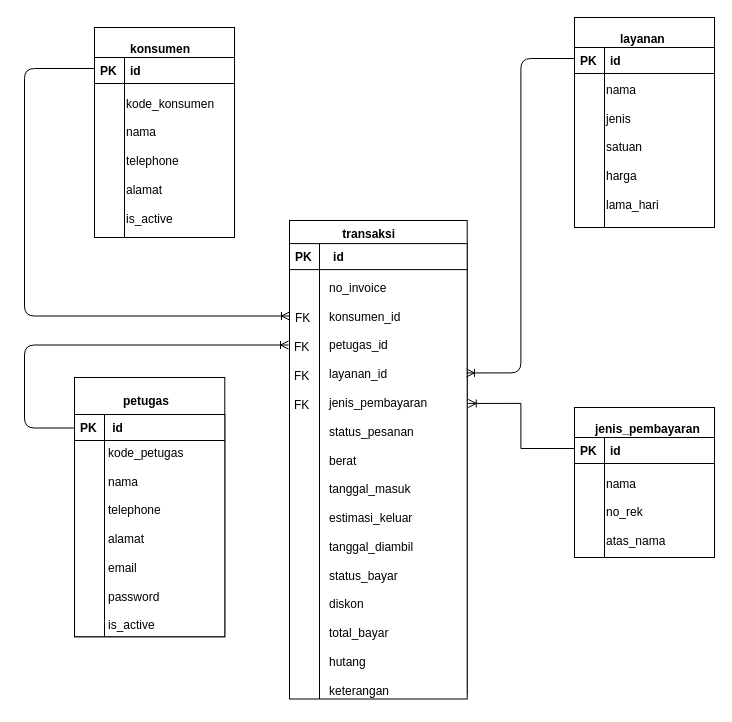
The draw.io diagram Class Diagram.drawio in Sehazad/doc, before the edit. Source tidied: cells renumbered, new cells numbered last; positions are measured from the earlier drawing's top-left corner, leaving out a move shared by most shapes. Both pictures are drawn from the tidied source at 100%, with x=0, y=0 at pixel (24, 17).
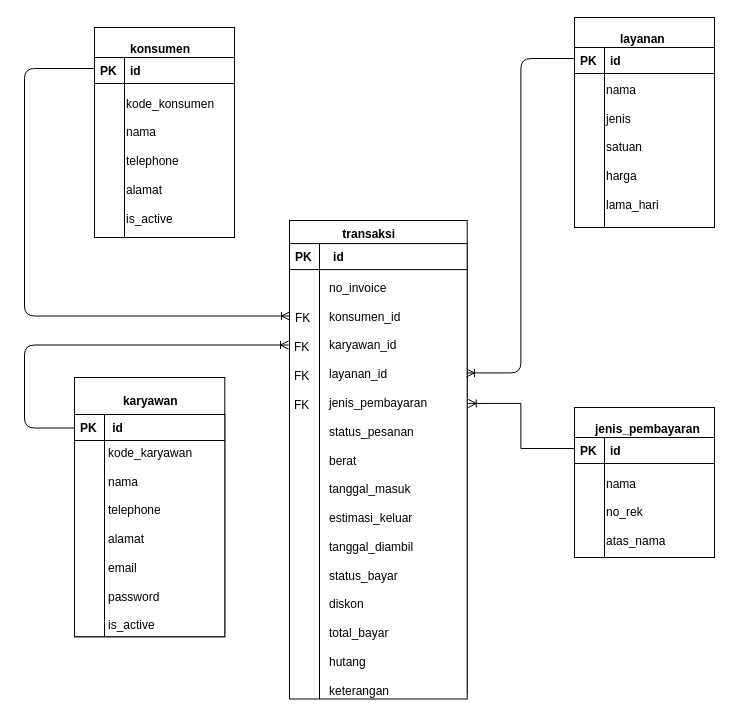
The same diagram, later.

Unchanged cells that the change refers to:
```xml
<mxCell id="31" style="group;" parent="1" vertex="1">
  <mxGeometry x="265" y="203" width="177.7" height="483.8" as="geometry" />
</mxCell>
```

What changed in the source:
```diff
@@
     <mxCell id="23" style="group;" parent="1" vertex="1">
-      <mxGeometry x="50" y="360" width="150.3" height="270" as="geometry" />
+      <mxGeometry x="50" y="360" width="150.3" height="279" as="geometry" />
     </mxCell>
@@
-    <mxCell id="25" value="petugas" style="text;align=left;verticalAlign=top;spacingLeft=4;spacingRight=4;overflow=hidden;fontStyle=1;" parent="23" vertex="1">
+    <mxCell id="25" value="karyawan" style="text;align=left;verticalAlign=top;spacingLeft=4;spacingRight=4;overflow=hidden;fontStyle=1;" parent="23" vertex="1">
       <mxGeometry x="42.9" y="10" width="85.9" height="20" as="geometry" />
     </mxCell>
     <mxCell id="26" style="group;" parent="23" vertex="1">
-      <mxGeometry y="37" width="150.3" height="233" as="geometry" />
+      <mxGeometry y="37" width="150.3" height="242" as="geometry" />
     </mxCell>
@@
-    <mxCell id="30" value="kode_petugas&lt;br&gt;&lt;br&gt;nama&lt;br&gt;&lt;br&gt;telephone&lt;br&gt;&lt;br&gt;alamat&lt;br&gt;&lt;br&gt;email&lt;br&gt;&lt;br&gt;password&lt;br&gt;&lt;br&gt;is_active&lt;br&gt;&lt;div style=&quot;&quot;&gt;&lt;br&gt;&lt;/div&gt;" style="text;html=1;align=left;verticalAlign=middle;strokeColor=none;fillColor=none;" parent="26" vertex="1">
-      <mxGeometry x="32.2" y="27" width="100" height="210" as="geometry" />
+    <mxCell id="30" value="kode_karyawan&lt;br&gt;&lt;br&gt;nama&lt;br&gt;&lt;br&gt;telephone&lt;br&gt;&lt;br&gt;alamat&lt;br&gt;&lt;br&gt;email&lt;br&gt;&lt;br&gt;password&lt;br&gt;&lt;br&gt;is_active&lt;br&gt;&lt;div style=&quot;&quot;&gt;&lt;br&gt;&lt;/div&gt;" style="text;html=1;align=left;verticalAlign=middle;strokeColor=none;fillColor=none;" parent="26" vertex="1">
+      <mxGeometry x="32.2" y="22" width="110" height="220" as="geometry" />
     </mxCell>
@@
-    <mxCell id="36" value="no_invoice&lt;br&gt;&lt;br&gt;konsumen_id&lt;br&gt;&lt;br&gt;petugas_id&lt;br&gt;&lt;br&gt;layanan_id&lt;br&gt;&lt;br&gt;jenis_pembayaran&lt;br&gt;&lt;br&gt;status_pesanan&lt;br&gt;&lt;br&gt;berat&lt;br&gt;&lt;div style=&quot;&quot;&gt;&lt;br&gt;&lt;/div&gt;&lt;div style=&quot;&quot;&gt;tanggal_masuk&lt;/div&gt;&lt;div style=&quot;&quot;&gt;&lt;br&gt;&lt;/div&gt;&lt;div style=&quot;&quot;&gt;estimasi_keluar&lt;/div&gt;&lt;div style=&quot;&quot;&gt;&lt;br&gt;&lt;/div&gt;&lt;div style=&quot;&quot;&gt;tanggal_diambil&lt;/div&gt;&lt;div style=&quot;&quot;&gt;&lt;br&gt;&lt;/div&gt;&lt;div style=&quot;&quot;&gt;status_bayar&lt;/div&gt;&lt;div style=&quot;&quot;&gt;&lt;br&gt;&lt;/div&gt;&lt;div style=&quot;&quot;&gt;diskon&lt;/div&gt;&lt;div style=&quot;&quot;&gt;&lt;br&gt;&lt;/div&gt;&lt;div style=&quot;&quot;&gt;total_bayar&lt;/div&gt;&lt;div style=&quot;&quot;&gt;&lt;br&gt;&lt;/div&gt;&lt;div style=&quot;&quot;&gt;hutang&lt;/div&gt;&lt;div style=&quot;&quot;&gt;&lt;br&gt;&lt;/div&gt;&lt;div style=&quot;&quot;&gt;keterangan&lt;/div&gt;" style="text;html=1;align=left;verticalAlign=middle;strokeColor=none;fillColor=none;" parent="31" vertex="1">
-      <mxGeometry x="38.1" y="53.8" width="120" height="430" as="geometry" />
+    <mxCell id="36" value="no_invoice&lt;br&gt;&lt;br&gt;konsumen_id&lt;br&gt;&lt;br&gt;karyawan_id&lt;br&gt;&lt;br&gt;layanan_id&lt;br&gt;&lt;br&gt;jenis_pembayaran&lt;br&gt;&lt;br&gt;status_pesanan&lt;br&gt;&lt;br&gt;berat&lt;br&gt;&lt;div style=&quot;&quot;&gt;&lt;br&gt;&lt;/div&gt;&lt;div style=&quot;&quot;&gt;tanggal_masuk&lt;/div&gt;&lt;div style=&quot;&quot;&gt;&lt;br&gt;&lt;/div&gt;&lt;div style=&quot;&quot;&gt;estimasi_keluar&lt;/div&gt;&lt;div style=&quot;&quot;&gt;&lt;br&gt;&lt;/div&gt;&lt;div style=&quot;&quot;&gt;tanggal_diambil&lt;/div&gt;&lt;div style=&quot;&quot;&gt;&lt;br&gt;&lt;/div&gt;&lt;div style=&quot;&quot;&gt;status_bayar&lt;/div&gt;&lt;div style=&quot;&quot;&gt;&lt;br&gt;&lt;/div&gt;&lt;div style=&quot;&quot;&gt;diskon&lt;/div&gt;&lt;div style=&quot;&quot;&gt;&lt;br&gt;&lt;/div&gt;&lt;div style=&quot;&quot;&gt;total_bayar&lt;/div&gt;&lt;div style=&quot;&quot;&gt;&lt;br&gt;&lt;/div&gt;&lt;div style=&quot;&quot;&gt;hutang&lt;/div&gt;&lt;div style=&quot;&quot;&gt;&lt;br&gt;&lt;/div&gt;&lt;div style=&quot;&quot;&gt;keterangan&lt;/div&gt;" style="text;html=1;align=left;verticalAlign=middle;strokeColor=none;fillColor=none;" parent="31" vertex="1">
+      <mxGeometry x="38.1" y="53.8" width="130" height="430" as="geometry" />
     </mxCell>
```
